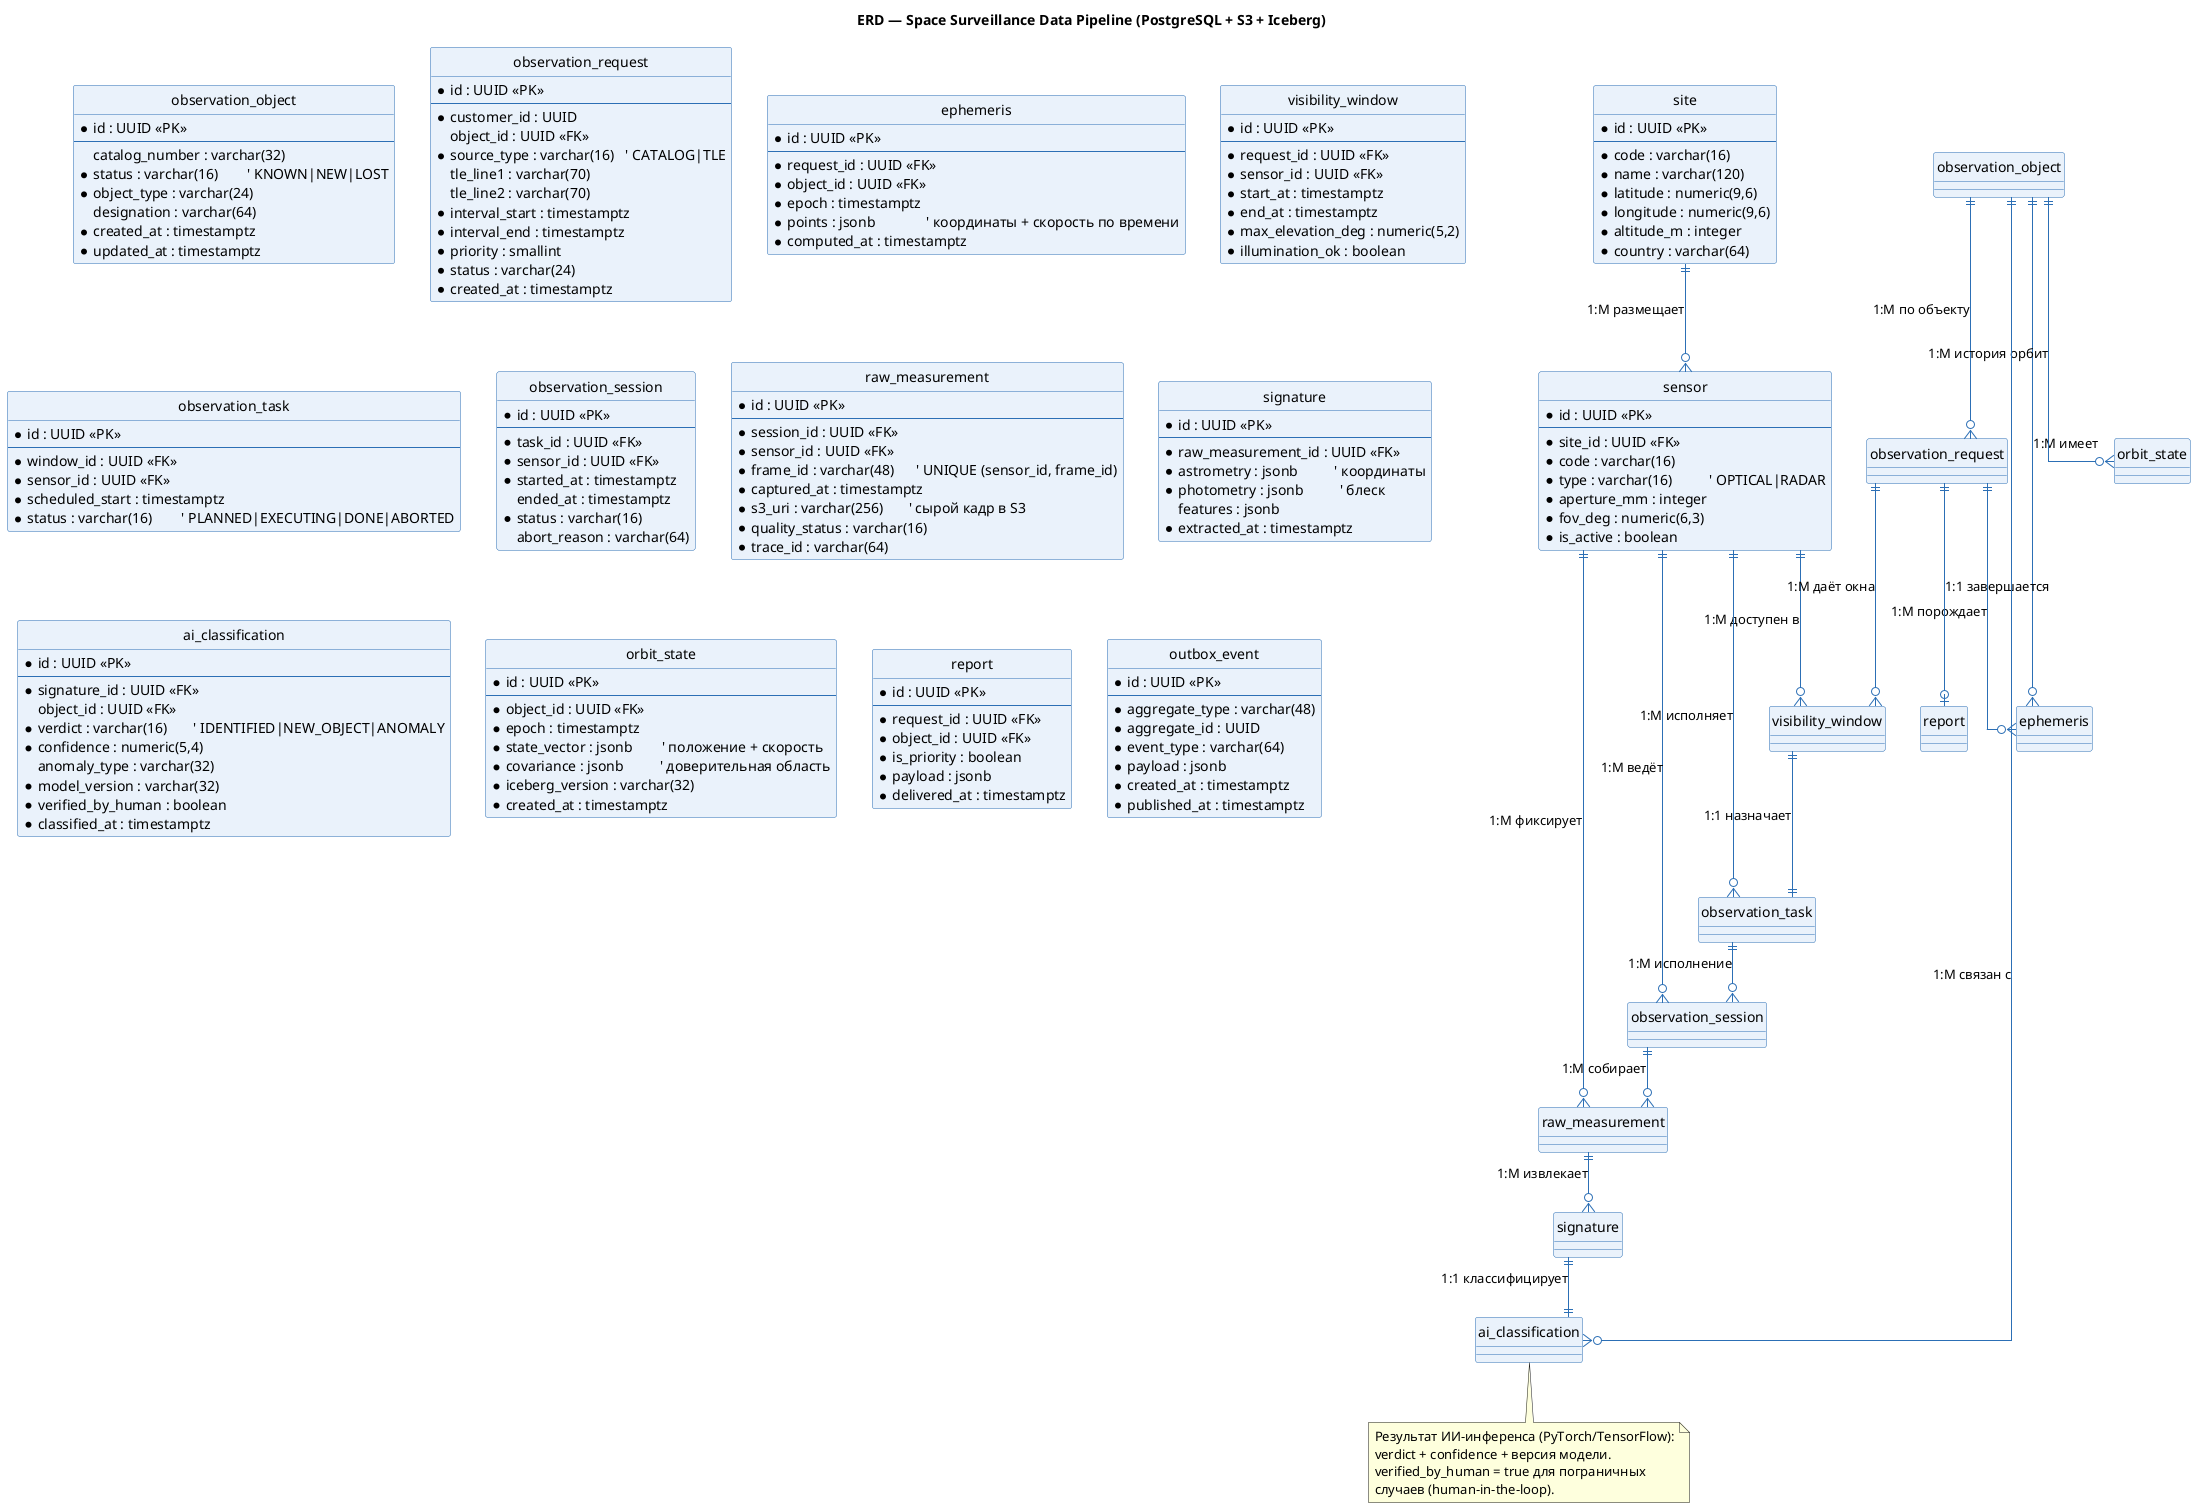
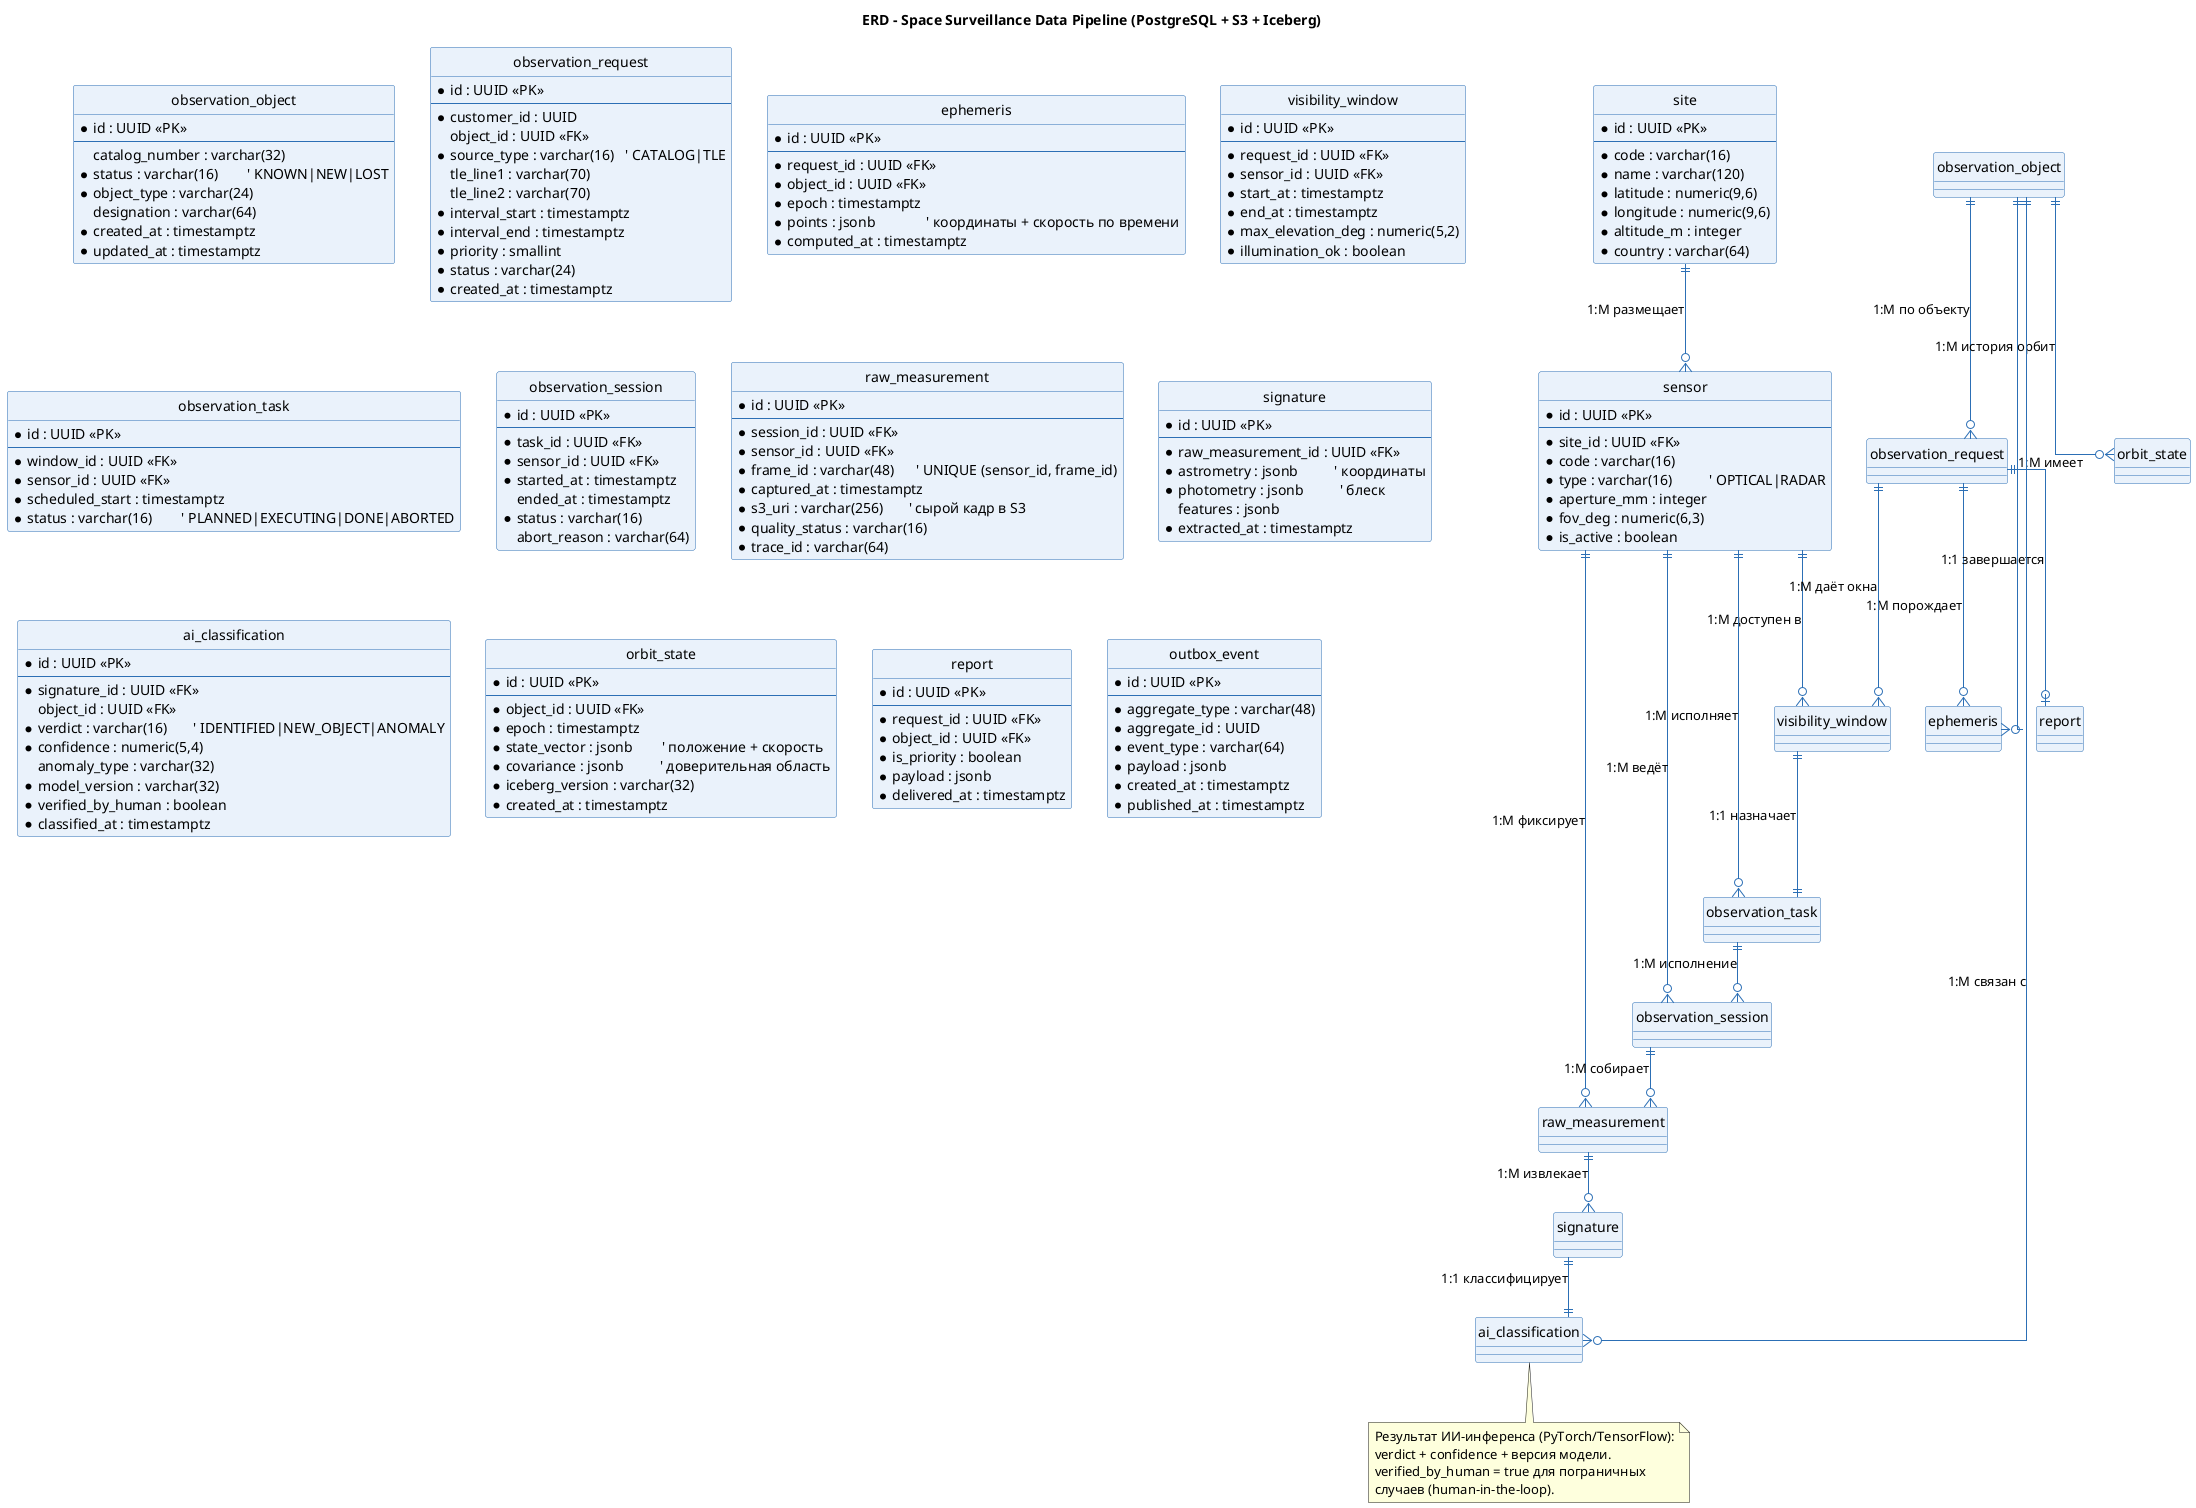
@startuml erd_ssdp
' =====================================================================
'  ER-модель данных Space Surveillance Data Pipeline.
'  Каталог + измерения + результаты ИИ. Нотация: crow's foot.
- '  PK — первичный ключ, FK — внешний ключ. Кардинальность подписана.
- '  Сырые кадры хранятся в S3 (в БД — ссылка s3_uri).
+ '  PK – первичный ключ, FK – внешний ключ. Кардинальность подписана.
+ '  Сырые кадры хранятся в S3 (в БД – ссылка s3_uri).
' =====================================================================
- title ERD — Space Surveillance Data Pipeline (PostgreSQL + S3 + Iceberg)
+ title ERD – Space Surveillance Data Pipeline (PostgreSQL + S3 + Iceberg)

skinparam backgroundColor #FFFFFF
skinparam shadowing false
hide circle
skinparam linetype ortho
skinparam class {
  BackgroundColor #EAF2FB
  BorderColor #2C6FB5
  ArrowColor #2C6FB5
}

entity "site" as site {
  * id : UUID <<PK>>
  --
  * code : varchar(16)
  * name : varchar(120)
  * latitude : numeric(9,6)
  * longitude : numeric(9,6)
  * altitude_m : integer
  * country : varchar(64)
}

entity "sensor" as sensor {
  * id : UUID <<PK>>
  --
  * site_id : UUID <<FK>>
  * code : varchar(16)
  * type : varchar(16)          ' OPTICAL|RADAR
  * aperture_mm : integer
  * fov_deg : numeric(6,3)
  * is_active : boolean
}

entity "observation_object" as obj {
  * id : UUID <<PK>>
  --
  catalog_number : varchar(32)
  * status : varchar(16)        ' KNOWN|NEW|LOST
  * object_type : varchar(24)
  designation : varchar(64)
  * created_at : timestamptz
  * updated_at : timestamptz
}

entity "observation_request" as req {
  * id : UUID <<PK>>
  --
  * customer_id : UUID
  object_id : UUID <<FK>>
  * source_type : varchar(16)   ' CATALOG|TLE
  tle_line1 : varchar(70)
  tle_line2 : varchar(70)
  * interval_start : timestamptz
  * interval_end : timestamptz
  * priority : smallint
  * status : varchar(24)
  * created_at : timestamptz
}

entity "ephemeris" as eph {
  * id : UUID <<PK>>
  --
  * request_id : UUID <<FK>>
  * object_id : UUID <<FK>>
  * epoch : timestamptz
  * points : jsonb              ' координаты + скорость по времени
  * computed_at : timestamptz
}

entity "visibility_window" as win {
  * id : UUID <<PK>>
  --
  * request_id : UUID <<FK>>
  * sensor_id : UUID <<FK>>
  * start_at : timestamptz
  * end_at : timestamptz
  * max_elevation_deg : numeric(5,2)
  * illumination_ok : boolean
}

entity "observation_task" as task {
  * id : UUID <<PK>>
  --
  * window_id : UUID <<FK>>
  * sensor_id : UUID <<FK>>
  * scheduled_start : timestamptz
  * status : varchar(16)        ' PLANNED|EXECUTING|DONE|ABORTED
}

entity "observation_session" as sess {
  * id : UUID <<PK>>
  --
  * task_id : UUID <<FK>>
  * sensor_id : UUID <<FK>>
  * started_at : timestamptz
  ended_at : timestamptz
  * status : varchar(16)
  abort_reason : varchar(64)
}

entity "raw_measurement" as raw {
  * id : UUID <<PK>>
  --
  * session_id : UUID <<FK>>
  * sensor_id : UUID <<FK>>
  * frame_id : varchar(48)      ' UNIQUE (sensor_id, frame_id)
  * captured_at : timestamptz
  * s3_uri : varchar(256)       ' сырой кадр в S3
  * quality_status : varchar(16)
  * trace_id : varchar(64)
}

entity "signature" as sig {
  * id : UUID <<PK>>
  --
  * raw_measurement_id : UUID <<FK>>
  * astrometry : jsonb          ' координаты
  * photometry : jsonb          ' блеск
  features : jsonb
  * extracted_at : timestamptz
}

entity "ai_classification" as cls {
  * id : UUID <<PK>>
  --
  * signature_id : UUID <<FK>>
  object_id : UUID <<FK>>
  * verdict : varchar(16)       ' IDENTIFIED|NEW_OBJECT|ANOMALY
  * confidence : numeric(5,4)
  anomaly_type : varchar(32)
  * model_version : varchar(32)
  * verified_by_human : boolean
  * classified_at : timestamptz
}

entity "orbit_state" as orb {
  * id : UUID <<PK>>
  --
  * object_id : UUID <<FK>>
  * epoch : timestamptz
  * state_vector : jsonb        ' положение + скорость
  * covariance : jsonb          ' доверительная область
  * iceberg_version : varchar(32)
  * created_at : timestamptz
}

entity "report" as rep {
  * id : UUID <<PK>>
  --
  * request_id : UUID <<FK>>
  * object_id : UUID <<FK>>
  * is_priority : boolean
  * payload : jsonb
  * delivered_at : timestamptz
}

entity "outbox_event" as outbox {
  * id : UUID <<PK>>
  --
  * aggregate_type : varchar(48)
  * aggregate_id : UUID
  * event_type : varchar(64)
  * payload : jsonb
  * created_at : timestamptz
  * published_at : timestamptz
}

' --------- связи и кардинальность ---------
site  ||--o{ sensor               : "1:M размещает"
sensor ||--o{ visibility_window   : "1:M доступен в"
sensor ||--o{ observation_task    : "1:M исполняет"
sensor ||--o{ observation_session : "1:M ведёт"
sensor ||--o{ raw_measurement     : "1:M фиксирует"
observation_object ||--o{ observation_request : "1:M по объекту"
observation_object ||--o{ ephemeris           : "1:M имеет"
observation_object ||--o{ orbit_state         : "1:M история орбит"
observation_request ||--o{ ephemeris          : "1:M порождает"
observation_request ||--o{ visibility_window  : "1:M даёт окна"
observation_request ||--o| report             : "1:1 завершается"
visibility_window  ||--|| observation_task    : "1:1 назначает"
observation_task   ||--o{ observation_session : "1:M исполнение"
observation_session ||--o{ raw_measurement    : "1:M собирает"
raw_measurement    ||--o{ signature           : "1:M извлекает"
signature          ||--|| ai_classification   : "1:1 классифицирует"
observation_object ||--o{ ai_classification   : "1:M связан с"

note bottom of ai_classification
  Результат ИИ-инференса (PyTorch/TensorFlow):
  verdict + confidence + версия модели.
  verified_by_human = true для пограничных
  случаев (human-in-the-loop).
end note

@enduml
